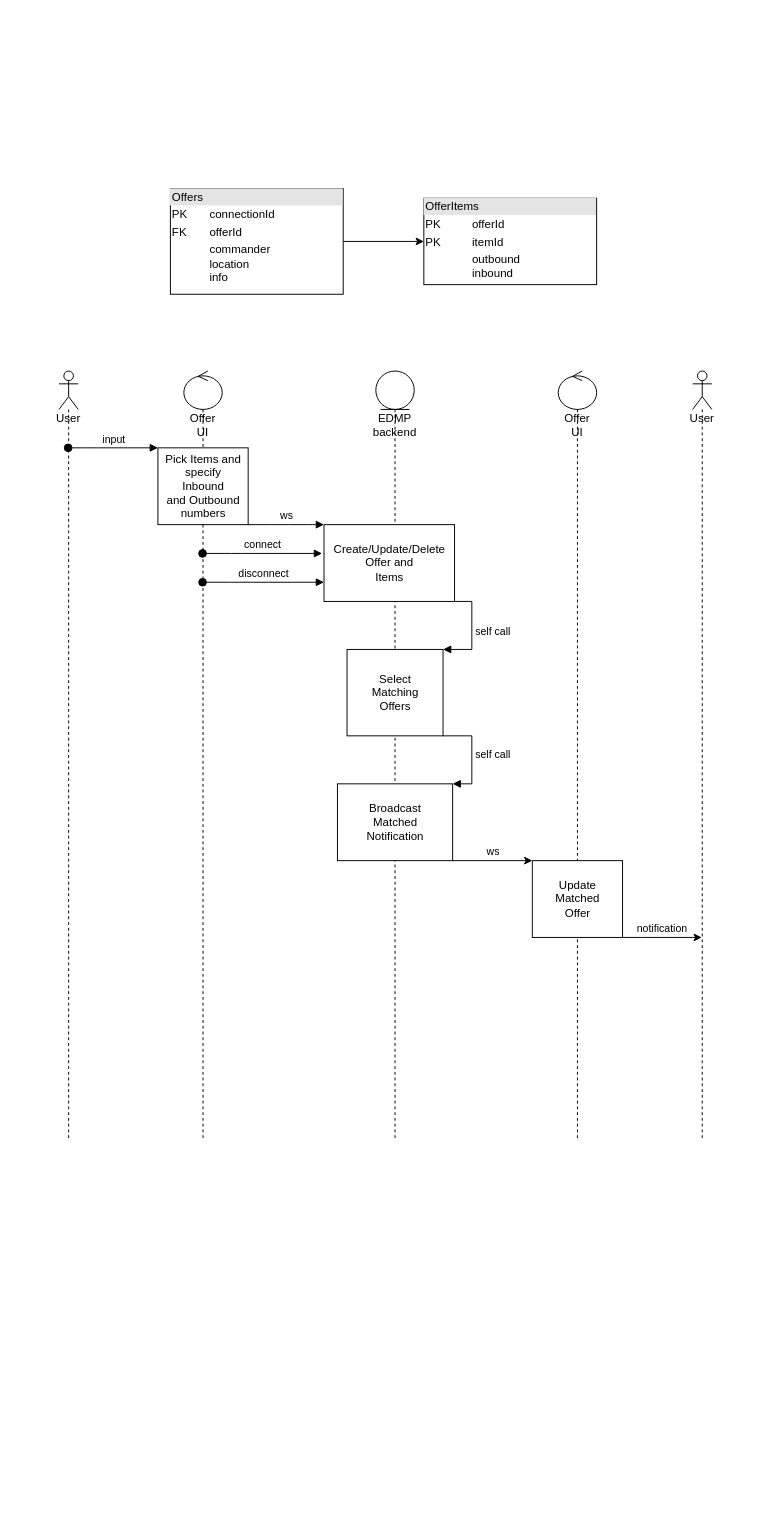
This is page "Server side matching" (3 of 5) of specs/Overview.drawio from cptn-solo/edmarketplace, a draw.io file, before an edit. Source tidied: cells renumbered, new cells numbered last; positions are measured from the earlier drawing's top-left corner, leaving out a move shared by most shapes. Both pictures are drawn from the tidied source at 96%, with x=0, y=0 at pixel (59, 188).
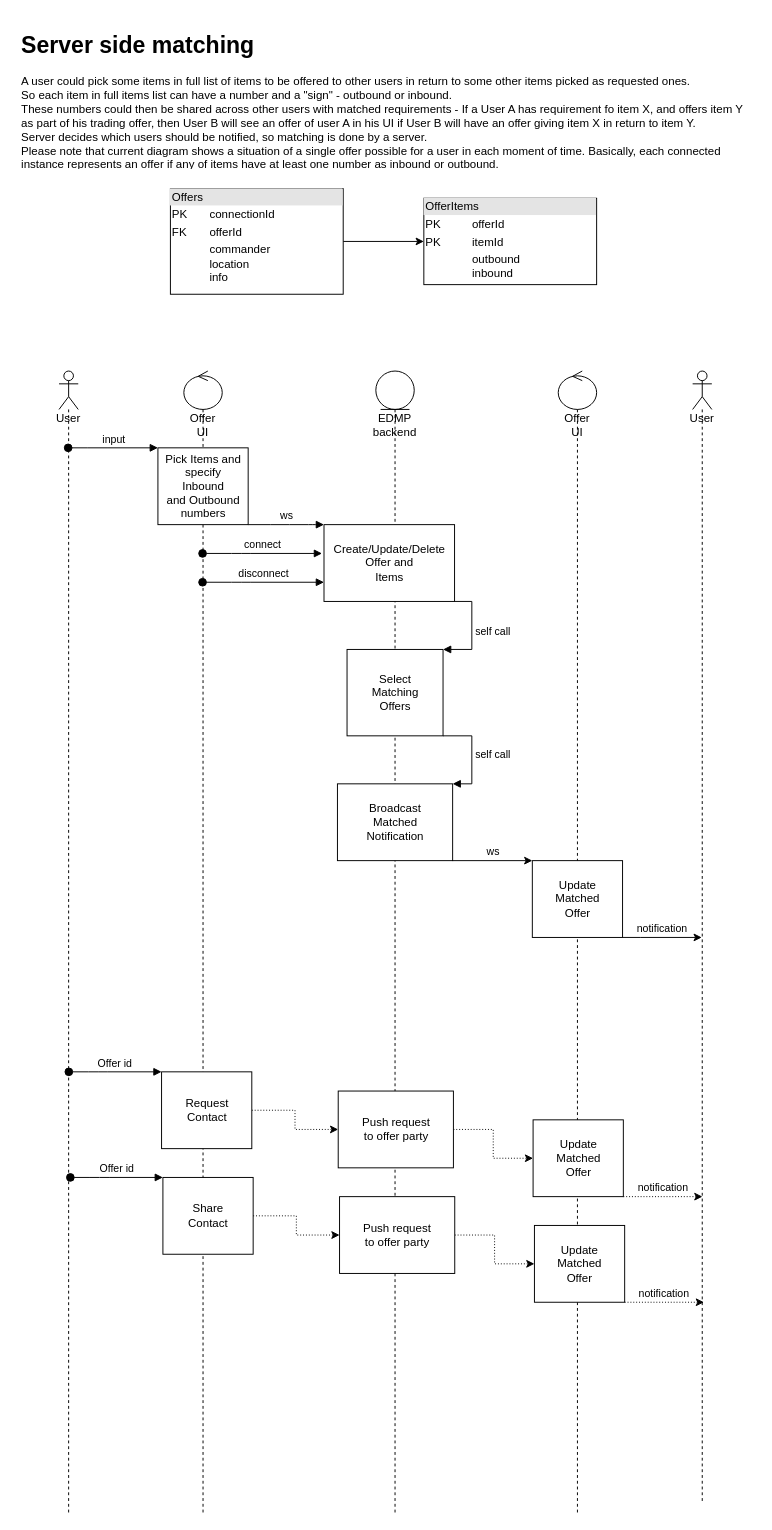
Above is the later version.

Commit message (it also covers changes not shown here):
Reference UI Mockups + Request/Share contact workflow + some comments

The edit, as a diff of the source:
```diff
@@
     <mxCell id="2" value="Offer UI" style="shape=umlLifeline;participant=umlControl;perimeter=lifelinePerimeter;whiteSpace=wrap;html=1;verticalAlign=top;spacingTop=36;outlineConnect=0;" parent="1" vertex="1">
-      <mxGeometry x="130" y="190" width="40" height="800" as="geometry" />
+      <mxGeometry x="130" y="190" width="40" height="1190" as="geometry" />
     </mxCell>
@@
     <mxCell id="6" value="User" style="shape=umlLifeline;participant=umlActor;perimeter=lifelinePerimeter;whiteSpace=wrap;html=1;verticalAlign=top;spacingTop=36;outlineConnect=0;" parent="1" vertex="1">
-      <mxGeometry y="190" width="20" height="800" as="geometry" />
+      <mxGeometry y="190" width="20" height="1190" as="geometry" />
     </mxCell>
@@
     <mxCell id="9" value="EDMP&lt;br&gt;backend" style="shape=umlLifeline;participant=umlEntity;perimeter=lifelinePerimeter;whiteSpace=wrap;html=1;verticalAlign=top;spacingTop=36;" parent="1" vertex="1">
-      <mxGeometry x="330" y="190" width="40" height="800" as="geometry" />
+      <mxGeometry x="330" y="190" width="40" height="1190" as="geometry" />
     </mxCell>
@@
     <mxCell id="11" value="User" style="shape=umlLifeline;participant=umlActor;perimeter=lifelinePerimeter;whiteSpace=wrap;html=1;verticalAlign=top;spacingTop=36;outlineConnect=0;" parent="1" vertex="1">
-      <mxGeometry x="660" y="190" width="20" height="800" as="geometry" />
+      <mxGeometry x="660" y="190" width="20" height="1180" as="geometry" />
     </mxCell>
@@
     <mxCell id="19" value="Offer UI" style="shape=umlLifeline;participant=umlControl;perimeter=lifelinePerimeter;whiteSpace=wrap;html=1;verticalAlign=top;spacingTop=36;" parent="1" vertex="1">
-      <mxGeometry x="520" y="190" width="40" height="800" as="geometry" />
+      <mxGeometry x="520" y="190" width="40" height="1190" as="geometry" />
     </mxCell>
@@
+    <mxCell id="24" value="&lt;h1&gt;Server side matching&lt;/h1&gt;&lt;p&gt;A user could pick some items in full list of items to be offered to other users in return to some other items picked as requested ones.&lt;br&gt;So each item in full items list can have a number and a &quot;sign&quot; - outbound or inbound.&lt;br&gt;These numbers could then be shared across other users with matched requirements - If a User A has requirement fo item X, and offers item Y as part of his trading offer, then User B will see an offer of user A in his UI if User B will have an offer giving item X in return to item Y.&lt;br&gt;Server decides which users should be notified, so matching is done by a server.&lt;br&gt;Please note that current diagram shows a situation of a single offer possible for a user in each moment of time. Basically, each connected instance represents an offer if any of items have at least one number as inbound or outbound.&lt;/p&gt;" style="text;html=1;strokeColor=none;fillColor=none;spacing=5;spacingTop=-20;whiteSpace=wrap;overflow=hidden;rounded=0;" parent="1" vertex="1">
+      <mxGeometry x="-44" y="-169" width="770" height="149" as="geometry" />
+    </mxCell>
+    <mxCell id="25" value="Offer id" style="html=1;verticalAlign=bottom;startArrow=oval;endArrow=block;startSize=8;" parent="1" edge="1" target="27">
+      <mxGeometry relative="1" as="geometry">
+        <mxPoint x="10.2" y="920" as="sourcePoint" />
+        <Array as="points">
+          <mxPoint x="40.8" y="920" />
+        </Array>
+      </mxGeometry>
+    </mxCell>
+    <mxCell id="26" style="edgeStyle=orthogonalEdgeStyle;rounded=0;jettySize=auto;html=1;dashed=1;dashPattern=1 2;startArrow=none;startFill=0;" parent="1" edge="1" source="27" target="29">
+      <mxGeometry relative="1" as="geometry" />
+    </mxCell>
+    <mxCell id="27" value="Request&lt;br&gt;Contact" style="html=1;points=[];perimeter=orthogonalPerimeter;" parent="1" vertex="1">
+      <mxGeometry x="106.8" y="920" width="94" height="80" as="geometry" />
+    </mxCell>
+    <mxCell id="28" style="edgeStyle=orthogonalEdgeStyle;rounded=0;jettySize=auto;html=1;dashed=1;dashPattern=1 2;startArrow=none;startFill=0;" parent="1" edge="1" source="29" target="31">
+      <mxGeometry relative="1" as="geometry" />
+    </mxCell>
+    <mxCell id="29" value="Push request&lt;br&gt;to offer party" style="html=1;points=[];perimeter=orthogonalPerimeter;" parent="1" vertex="1">
+      <mxGeometry x="290.8" y="940" width="120" height="80" as="geometry" />
+    </mxCell>
+    <mxCell id="30" value="notification" style="edgeStyle=orthogonalEdgeStyle;rounded=0;jettySize=auto;html=1;dashed=1;dashPattern=1 2;startArrow=none;startFill=0;verticalAlign=bottom;" parent="1" edge="1" source="31">
+      <mxGeometry relative="1" as="geometry">
+        <mxPoint x="670.2" y="1050" as="targetPoint" />
+        <Array as="points">
+          <mxPoint x="606.8" y="1050" />
+          <mxPoint x="606.8" y="1050" />
+        </Array>
+      </mxGeometry>
+    </mxCell>
+    <mxCell id="31" value="Update&lt;br&gt;Matched&lt;br&gt;Offer" style="html=1;points=[];perimeter=orthogonalPerimeter;" parent="1" vertex="1">
+      <mxGeometry x="493.8" y="970" width="94" height="80" as="geometry" />
+    </mxCell>
+    <mxCell id="32" value="Offer id" style="html=1;verticalAlign=bottom;startArrow=oval;endArrow=block;startSize=8;" parent="1" edge="1" target="34">
+      <mxGeometry relative="1" as="geometry">
+        <mxPoint x="11.8" y="1030" as="sourcePoint" />
+        <Array as="points">
+          <mxPoint x="42.2" y="1030" />
+        </Array>
+      </mxGeometry>
+    </mxCell>
+    <mxCell id="33" style="edgeStyle=orthogonalEdgeStyle;rounded=0;jettySize=auto;html=1;dashed=1;dashPattern=1 2;startArrow=none;startFill=0;" parent="1" edge="1" source="34" target="36">
+      <mxGeometry relative="1" as="geometry" />
+    </mxCell>
+    <mxCell id="34" value="Share&lt;br&gt;Contact" style="html=1;points=[];perimeter=orthogonalPerimeter;" parent="1" vertex="1">
+      <mxGeometry x="108.2" y="1030" width="94" height="80" as="geometry" />
+    </mxCell>
+    <mxCell id="35" style="edgeStyle=orthogonalEdgeStyle;rounded=0;jettySize=auto;html=1;dashed=1;dashPattern=1 2;startArrow=none;startFill=0;" parent="1" edge="1" source="36" target="38">
+      <mxGeometry relative="1" as="geometry" />
+    </mxCell>
+    <mxCell id="36" value="Push request&lt;br&gt;to offer party" style="html=1;points=[];perimeter=orthogonalPerimeter;" parent="1" vertex="1">
+      <mxGeometry x="292.2" y="1050" width="120" height="80" as="geometry" />
+    </mxCell>
+    <mxCell id="37" value="notification" style="edgeStyle=orthogonalEdgeStyle;rounded=0;jettySize=auto;html=1;dashed=1;dashPattern=1 2;startArrow=none;startFill=0;verticalAlign=bottom;" parent="1" edge="1" source="38">
+      <mxGeometry relative="1" as="geometry">
+        <mxPoint x="671.8" y="1160" as="targetPoint" />
+        <Array as="points">
+          <mxPoint x="608.2" y="1160" />
+          <mxPoint x="608.2" y="1160" />
+        </Array>
+      </mxGeometry>
+    </mxCell>
+    <mxCell id="38" value="Update&lt;br&gt;Matched&lt;br&gt;Offer" style="html=1;points=[];perimeter=orthogonalPerimeter;" parent="1" vertex="1">
+      <mxGeometry x="495.2" y="1080" width="94" height="80" as="geometry" />
+    </mxCell>
```
